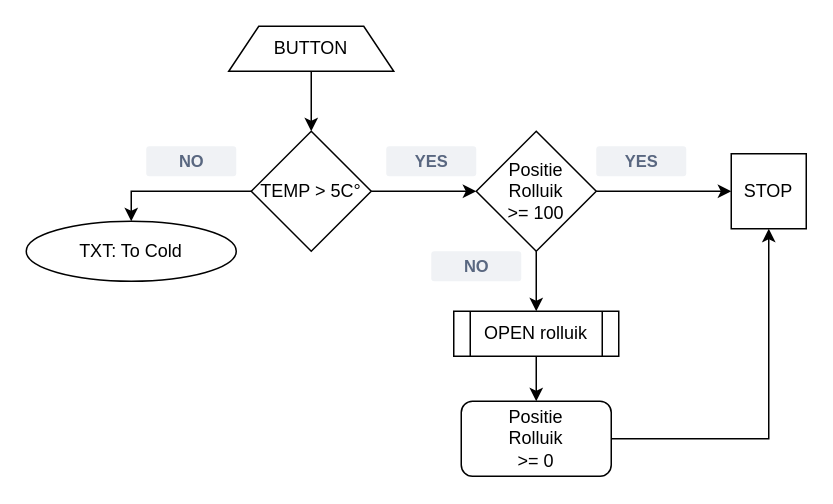
The draw.io diagram page "Open rolluiken" (3 of 3) of Untitled Diagram.drawio in barremans/barremans, before the edit. Source tidied: cells renumbered, new cells numbered last; positions are measured from the earlier drawing's top-left corner, leaving out a move shared by most shapes. Both pictures are drawn from the tidied source at 150%, with x=0, y=0 at pixel (26, 26).
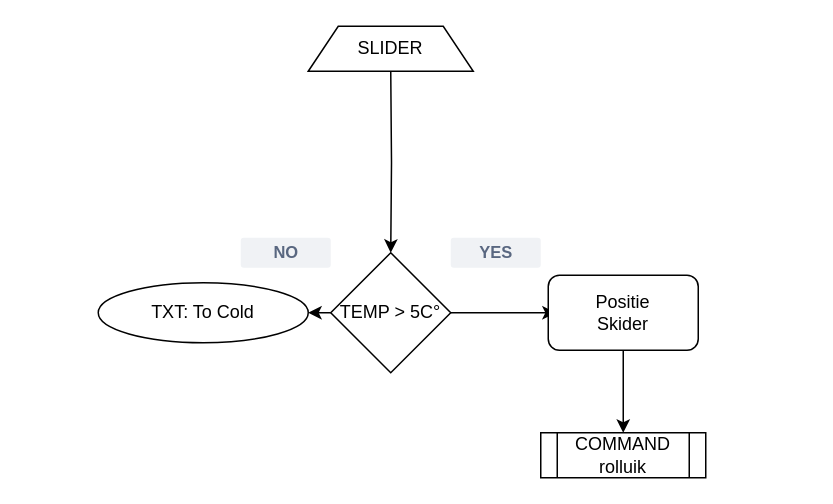
After the change.

Commit message (it also covers changes not shown here):
use slider

Change to the diagram source:
```diff
@@
 <mxGraphModel>
   <root>
     <mxCell id="0" />
     <mxCell id="1" parent="0" />
+    <mxCell id="3" style="edgeStyle=orthogonalEdgeStyle;rounded=0;jettySize=auto;html=1;exitX=1;exitY=0.5;exitDx=0;exitDy=0;entryX=0;entryY=0.5;entryDx=0;entryDy=0;" parent="1" edge="1" source="4">
+      <mxGeometry relative="1" as="geometry">
+        <mxPoint x="353" y="191" as="targetPoint" />
+      </mxGeometry>
+    </mxCell>
-    <mxCell id="2" style="edgeStyle=orthogonalEdgeStyle;rounded=0;jettySize=auto;html=1;exitX=0;exitY=0.5;exitDx=0;exitDy=0;entryX=0.5;entryY=0;entryDx=0;entryDy=0;" parent="1" edge="1" source="4" target="7">
+    <mxCell id="2" style="edgeStyle=orthogonalEdgeStyle;rounded=0;jettySize=auto;html=1;exitX=0;exitY=0.5;exitDx=0;exitDy=0;entryX=1;entryY=0.5;entryDx=0;entryDy=0;" parent="1" edge="1" source="4" target="7">
       <mxGeometry relative="1" as="geometry" />
     </mxCell>
-    <mxCell id="3" style="edgeStyle=orthogonalEdgeStyle;rounded=0;jettySize=auto;html=1;exitX=1;exitY=0.5;exitDx=0;exitDy=0;entryX=0;entryY=0.5;entryDx=0;entryDy=0;" parent="1" edge="1" source="4" target="11">
-      <mxGeometry relative="1" as="geometry" />
-    </mxCell>
     <mxCell id="4" value="TEMP &amp;gt; 5C°" style="rhombus;whiteSpace=wrap;html=1;" parent="1" vertex="1">
-      <mxGeometry x="150" y="70" width="80" height="80" as="geometry" />
+      <mxGeometry x="203" y="151" width="80" height="80" as="geometry" />
     </mxCell>
-    <mxCell id="5" style="edgeStyle=orthogonalEdgeStyle;rounded=0;jettySize=auto;html=1;exitX=0.5;exitY=1;exitDx=0;exitDy=0;entryX=0.5;entryY=0;entryDx=0;entryDy=0;" parent="1" edge="1" source="6" target="4">
-      <mxGeometry relative="1" as="geometry" />
+    <mxCell id="5" style="edgeStyle=orthogonalEdgeStyle;rounded=0;jettySize=auto;html=1;exitX=0.5;exitY=1;exitDx=0;exitDy=0;entryX=0.5;entryY=0;entryDx=0;entryDy=0;" parent="1" edge="1" target="4">
+      <mxGeometry relative="1" as="geometry">
+        <mxPoint x="243" y="30" as="sourcePoint" />
+      </mxGeometry>
     </mxCell>
-    <mxCell id="6" value="BUTTON" style="shape=trapezoid;perimeter=trapezoidPerimeter;whiteSpace=wrap;html=1;fixedSize=1;" parent="1" vertex="1">
-      <mxGeometry x="135" width="110" height="30" as="geometry" />
-    </mxCell>
     <mxCell id="7" value="TXT: To Cold" style="ellipse;whiteSpace=wrap;html=1;" parent="1" vertex="1">
-      <mxGeometry y="130" width="140" height="40" as="geometry" />
+      <mxGeometry x="48" y="171" width="140" height="40" as="geometry" />
     </mxCell>
     <mxCell id="8" value="NO" style="dashed=0;html=1;fillColor=#F0F2F5;strokeColor=none;align=center;rounded=1;arcSize=10;fontColor=#596780;fontStyle=1;fontSize=11;shadow=0;" parent="1" vertex="1">
-      <mxGeometry x="80" y="80" width="60" height="20" as="geometry" />
+      <mxGeometry x="143" y="141" width="60" height="20" as="geometry" />
     </mxCell>
-    <mxCell id="9" style="edgeStyle=orthogonalEdgeStyle;rounded=0;jettySize=auto;html=1;exitX=0.5;exitY=1;exitDx=0;exitDy=0;entryX=0.5;entryY=0;entryDx=0;entryDy=0;" parent="1" edge="1" source="11" target="17">
+    <mxCell id="9" style="edgeStyle=orthogonalEdgeStyle;rounded=0;jettySize=auto;html=1;exitX=0.5;exitY=1;exitDx=0;exitDy=0;entryX=0.5;entryY=0;entryDx=0;entryDy=0;" parent="1" edge="1" source="15" target="17">
       <mxGeometry relative="1" as="geometry" />
     </mxCell>
-    <mxCell id="10" style="edgeStyle=orthogonalEdgeStyle;rounded=0;jettySize=auto;html=1;exitX=1;exitY=0.5;exitDx=0;exitDy=0;entryX=0;entryY=0.5;entryDx=0;entryDy=0;" parent="1" edge="1" source="11" target="19">
-      <mxGeometry relative="1" as="geometry" />
-    </mxCell>
-    <mxCell id="11" value="Positie&lt;div&gt;Rolluik&lt;/div&gt;&lt;div&gt;&amp;gt;= 100&lt;/div&gt;" style="rhombus;whiteSpace=wrap;html=1;" parent="1" vertex="1">
-      <mxGeometry x="300" y="70" width="80" height="80" as="geometry" />
-    </mxCell>
     <mxCell id="12" value="&lt;div&gt;YES&lt;/div&gt;" style="dashed=0;html=1;fillColor=#F0F2F5;strokeColor=none;align=center;rounded=1;arcSize=10;fontColor=#596780;fontStyle=1;fontSize=11;shadow=0;" parent="1" vertex="1">
-      <mxGeometry x="240" y="80" width="60" height="20" as="geometry" />
+      <mxGeometry x="283" y="141" width="60" height="20" as="geometry" />
     </mxCell>
-    <mxCell id="13" value="&lt;div&gt;YES&lt;/div&gt;" style="dashed=0;html=1;fillColor=#F0F2F5;strokeColor=none;align=center;rounded=1;arcSize=10;fontColor=#596780;fontStyle=1;fontSize=11;shadow=0;" parent="1" vertex="1">
-      <mxGeometry x="380" y="80" width="60" height="20" as="geometry" />
-    </mxCell>
-    <mxCell id="14" style="edgeStyle=orthogonalEdgeStyle;rounded=0;jettySize=auto;html=1;exitX=1;exitY=0.5;exitDx=0;exitDy=0;entryX=0.5;entryY=1;entryDx=0;entryDy=0;" parent="1" edge="1" source="15" target="19">
-      <mxGeometry relative="1" as="geometry" />
-    </mxCell>
-    <mxCell id="15" value="Positie&lt;div&gt;Rolluik&lt;/div&gt;&lt;div&gt;&amp;gt;= 0&lt;/div&gt;" style="rounded=1;whiteSpace=wrap;html=1;" parent="1" vertex="1">
-      <mxGeometry x="290" y="250" width="100" height="50" as="geometry" />
+    <mxCell id="15" value="Positie&lt;div&gt;Skider&lt;/div&gt;" style="rounded=1;whiteSpace=wrap;html=1;" parent="1" vertex="1">
+      <mxGeometry x="348" y="166" width="100" height="50" as="geometry" />
     </mxCell>
-    <mxCell id="16" style="edgeStyle=orthogonalEdgeStyle;rounded=0;jettySize=auto;html=1;exitX=0.5;exitY=1;exitDx=0;exitDy=0;entryX=0.5;entryY=0;entryDx=0;entryDy=0;" parent="1" edge="1" source="17" target="15">
-      <mxGeometry relative="1" as="geometry" />
-    </mxCell>
-    <mxCell id="17" value="OPEN rolluik" style="shape=process;whiteSpace=wrap;html=1;backgroundOutline=1;" parent="1" vertex="1">
-      <mxGeometry x="285" y="190" width="110" height="30" as="geometry" />
+    <mxCell id="17" value="COMMAND rolluik" style="shape=process;whiteSpace=wrap;html=1;backgroundOutline=1;" parent="1" vertex="1">
+      <mxGeometry x="343" y="271" width="110" height="30" as="geometry" />
     </mxCell>
-    <mxCell id="18" value="NO" style="dashed=0;html=1;fillColor=#F0F2F5;strokeColor=none;align=center;rounded=1;arcSize=10;fontColor=#596780;fontStyle=1;fontSize=11;shadow=0;" parent="1" vertex="1">
-      <mxGeometry x="270" y="150" width="60" height="20" as="geometry" />
-    </mxCell>
-    <mxCell id="19" value="STOP" style="whiteSpace=wrap;html=1;" parent="1" vertex="1">
-      <mxGeometry x="470" y="85" width="50" height="50" as="geometry" />
-    </mxCell>
+    <mxCell id="20" value="SLIDER" style="shape=trapezoid;perimeter=trapezoidPerimeter;whiteSpace=wrap;html=1;fixedSize=1;" parent="1" vertex="1">
+      <mxGeometry x="188" width="110" height="30" as="geometry" />
+    </mxCell>
   </root>
 </mxGraphModel>
```
